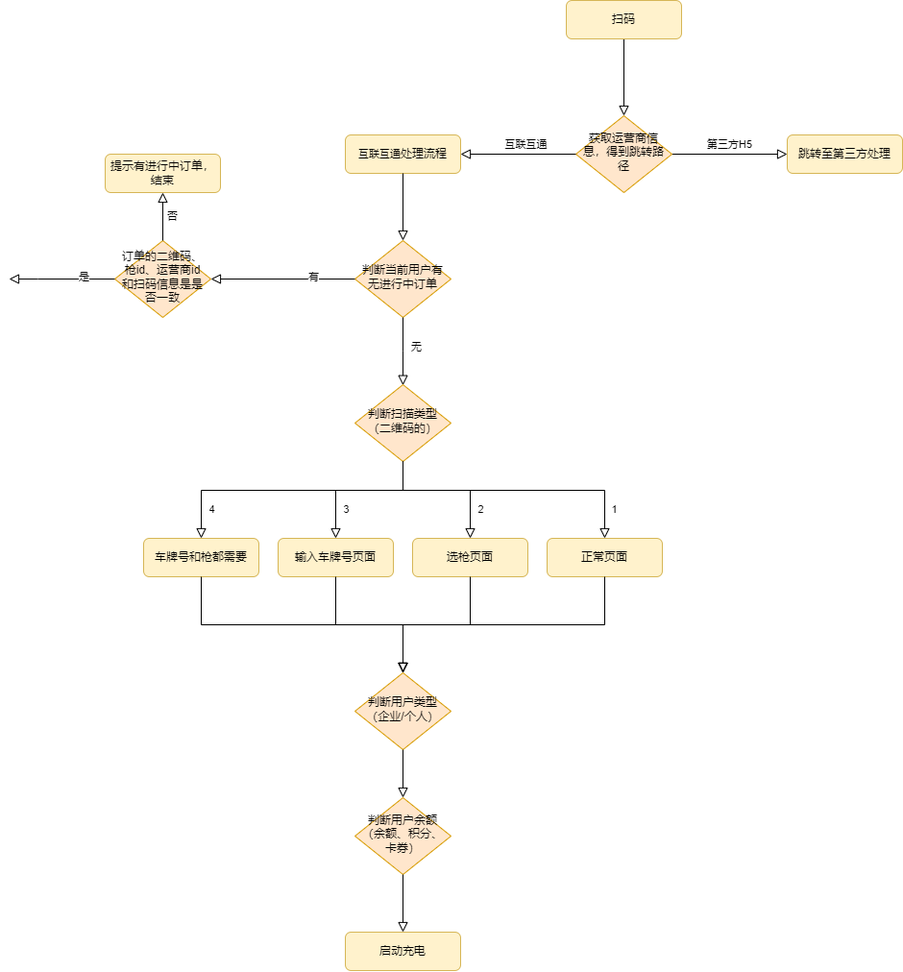
The draw.io diagram png/扫码充电流程.png in ren9901/tourism-j2ee-wx, before a commit. Source tidied: cells renumbered, new cells last; positions are measured from the earlier drawing's top-left corner, leaving out a move shared by most shapes.
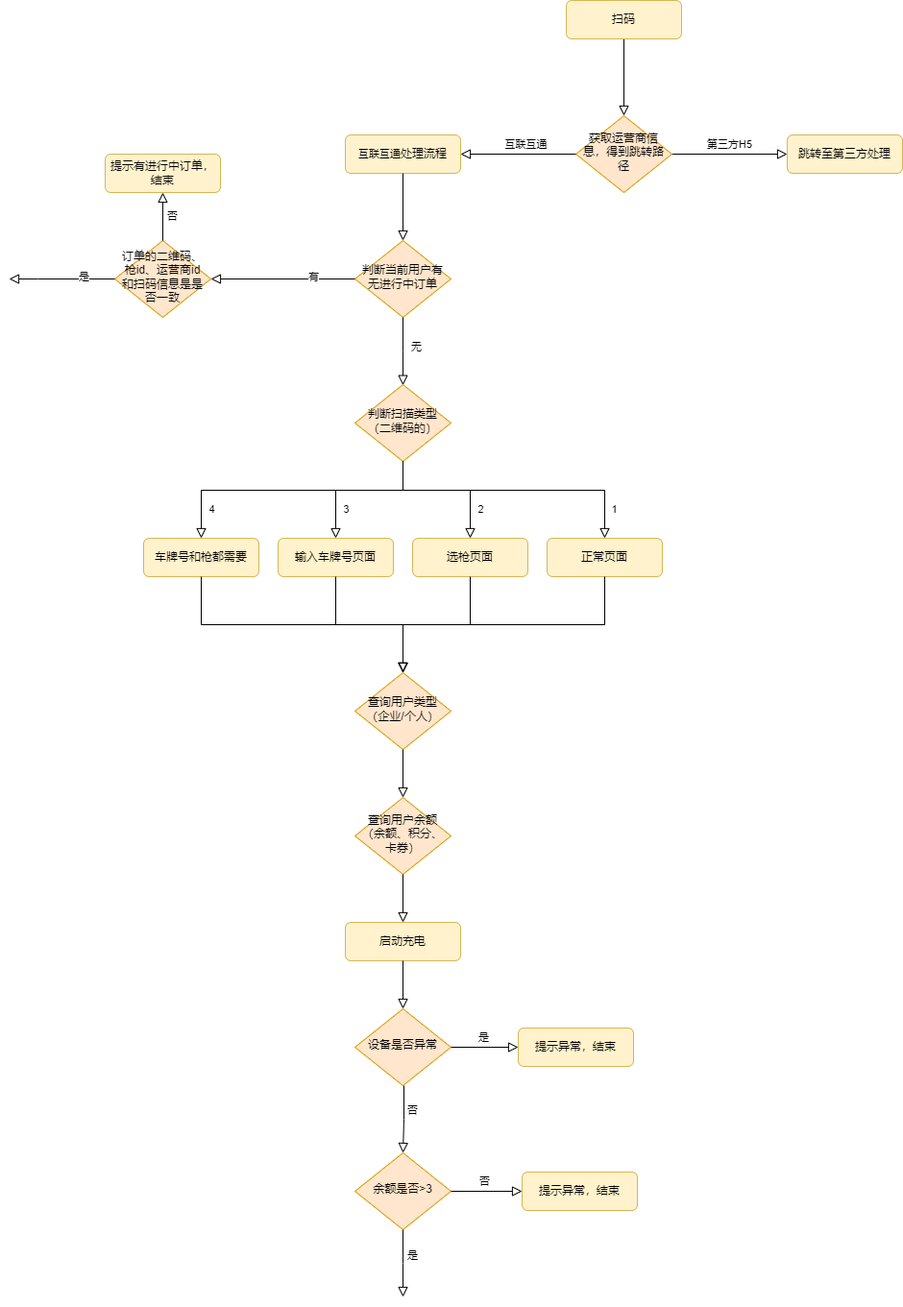
After the commit.

Commit message:
更新扫码充电流程.png

The edit, as a diff of the source:
```diff
@@ -142,7 +142,7 @@
         <mxPoint x="-119" y="16" as="offset" />
       </mxGeometry>
     </mxCell>
-    <mxCell id="34" value="判断用户类型（企业/个人）" style="rhombus;whiteSpace=wrap;html=1;shadow=0;fontFamily=Helvetica;fontSize=12;align=center;strokeWidth=1;spacing=6;spacingTop=-4;fillColor=#ffe6cc;strokeColor=#d79b00;" parent="1" vertex="1">
+    <mxCell id="34" value="查询用户类型（企业/个人）" style="rhombus;whiteSpace=wrap;html=1;shadow=0;fontFamily=Helvetica;fontSize=12;align=center;strokeWidth=1;spacing=6;spacingTop=-4;fillColor=#ffe6cc;strokeColor=#d79b00;" parent="1" vertex="1">
       <mxGeometry x="360" y="700" width="100" height="80" as="geometry" />
     </mxCell>
     <mxCell id="35" style="edgeStyle=orthogonalEdgeStyle;rounded=0;html=1;jettySize=auto;fontSize=11;endArrow=block;endFill=0;endSize=8;strokeWidth=1;shadow=0;labelBackgroundColor=none;exitX=0.5;exitY=1;exitDx=0;exitDy=0;entryX=0.5;entryY=0;entryDx=0;entryDy=0;" parent="1" edge="1" source="29" target="34">
@@ -157,7 +157,7 @@
     <mxCell id="38" style="edgeStyle=orthogonalEdgeStyle;rounded=0;html=1;jettySize=auto;fontSize=11;endArrow=block;endFill=0;endSize=8;strokeWidth=1;shadow=0;labelBackgroundColor=none;exitX=0.5;exitY=1;exitDx=0;exitDy=0;" parent="1" edge="1" source="31" target="34">
       <mxGeometry x="-0.14" y="-10" relative="1" as="geometry" />
     </mxCell>
-    <mxCell id="39" value="判断用户余额（余额、积分、卡券）" style="rhombus;whiteSpace=wrap;html=1;shadow=0;fontFamily=Helvetica;fontSize=12;align=center;strokeWidth=1;spacing=6;spacingTop=-4;fillColor=#ffe6cc;strokeColor=#d79b00;" parent="1" vertex="1">
+    <mxCell id="39" value="查询用户余额（余额、积分、卡券）" style="rhombus;whiteSpace=wrap;html=1;shadow=0;fontFamily=Helvetica;fontSize=12;align=center;strokeWidth=1;spacing=6;spacingTop=-4;fillColor=#ffe6cc;strokeColor=#d79b00;" parent="1" vertex="1">
       <mxGeometry x="360" y="830" width="100" height="80" as="geometry" />
     </mxCell>
     <mxCell id="40" style="edgeStyle=orthogonalEdgeStyle;rounded=0;html=1;jettySize=auto;fontSize=11;endArrow=block;endFill=0;endSize=8;strokeWidth=1;shadow=0;labelBackgroundColor=none;exitX=0.5;exitY=1;exitDx=0;exitDy=0;" parent="1" edge="1" source="34" target="39">
@@ -167,7 +167,56 @@
       <mxGeometry x="-0.14" y="-10" relative="1" as="geometry" />
     </mxCell>
     <mxCell id="42" value="启动充电" style="rounded=1;whiteSpace=wrap;html=1;fontSize=12;glass=0;strokeWidth=1;shadow=0;fillColor=#fff2cc;strokeColor=#d6b656;" parent="1" vertex="1">
-      <mxGeometry x="350" y="970" width="120" height="40" as="geometry" />
+      <mxGeometry x="350" y="960" width="120" height="40" as="geometry" />
     </mxCell>
+    <mxCell id="43" value="设备是否异常" style="rhombus;whiteSpace=wrap;html=1;shadow=0;fontFamily=Helvetica;fontSize=12;align=center;strokeWidth=1;spacing=6;spacingTop=-4;fillColor=#ffe6cc;strokeColor=#d79b00;" parent="1" vertex="1">
+      <mxGeometry x="360" y="1050" width="100" height="80" as="geometry" />
+    </mxCell>
+    <mxCell id="44" style="edgeStyle=orthogonalEdgeStyle;rounded=0;html=1;jettySize=auto;fontSize=11;endArrow=block;endFill=0;endSize=8;strokeWidth=1;shadow=0;labelBackgroundColor=none;exitX=0.5;exitY=1;exitDx=0;exitDy=0;entryX=0.5;entryY=0;entryDx=0;entryDy=0;exitPerimeter=0;" parent="1" edge="1" source="42" target="43">
+      <mxGeometry x="-0.14" y="-10" relative="1" as="geometry" />
+    </mxCell>
+    <mxCell id="45" style="edgeStyle=orthogonalEdgeStyle;rounded=0;html=1;jettySize=auto;fontSize=11;endArrow=block;endFill=0;endSize=8;strokeWidth=1;shadow=0;labelBackgroundColor=none;exitX=1;exitY=0.5;exitDx=0;exitDy=0;entryX=0;entryY=0.5;entryDx=0;entryDy=0;" parent="1" edge="1" source="43" target="49">
+      <mxGeometry x="-0.14" y="-10" relative="1" as="geometry" />
+    </mxCell>
+    <mxCell id="46" value="是" style="edgeLabel;html=1;align=center;verticalAlign=middle;" parent="45" vertex="1">
+      <mxGeometry x="-0.04" y="2" relative="1" as="geometry">
+        <mxPoint y="-8" as="offset" />
+      </mxGeometry>
+    </mxCell>
+    <mxCell id="47" style="edgeStyle=orthogonalEdgeStyle;rounded=0;html=1;jettySize=auto;fontSize=11;endArrow=block;endFill=0;endSize=8;strokeWidth=1;shadow=0;labelBackgroundColor=none;exitX=0.51;exitY=1;exitDx=0;exitDy=0;exitPerimeter=0;entryX=0.5;entryY=0;entryDx=0;entryDy=0;" parent="1" edge="1" source="43" target="50">
+      <mxGeometry x="-0.14" y="-10" relative="1" as="geometry" />
+    </mxCell>
+    <mxCell id="48" value="否" style="edgeLabel;html=1;align=center;verticalAlign=middle;" parent="47" vertex="1">
+      <mxGeometry x="-0.28" y="1" relative="1" as="geometry">
+        <mxPoint x="8" as="offset" />
+      </mxGeometry>
+    </mxCell>
+    <mxCell id="49" value="提示异常，结束" style="rounded=1;whiteSpace=wrap;html=1;fontSize=12;glass=0;strokeWidth=1;shadow=0;fillColor=#fff2cc;strokeColor=#d6b656;" parent="1" vertex="1">
+      <mxGeometry x="530" y="1070" width="120" height="40" as="geometry" />
+    </mxCell>
+    <mxCell id="50" value="余额是否&amp;gt;3" style="rhombus;whiteSpace=wrap;html=1;shadow=0;fontFamily=Helvetica;fontSize=12;align=center;strokeWidth=1;spacing=6;spacingTop=-4;fillColor=#ffe6cc;strokeColor=#d79b00;" parent="1" vertex="1">
+      <mxGeometry x="360" y="1200" width="100" height="80" as="geometry" />
+    </mxCell>
+    <mxCell id="51" style="edgeStyle=orthogonalEdgeStyle;rounded=0;html=1;jettySize=auto;fontSize=11;endArrow=block;endFill=0;endSize=8;strokeWidth=1;shadow=0;labelBackgroundColor=none;exitX=0.5;exitY=1;exitDx=0;exitDy=0;" parent="1" edge="1" source="50">
+      <mxGeometry x="-0.14" y="-10" relative="1" as="geometry">
+        <mxPoint x="410" y="1350" as="targetPoint" />
+      </mxGeometry>
+    </mxCell>
+    <mxCell id="52" value="是" style="edgeLabel;html=1;align=center;verticalAlign=middle;" parent="51" vertex="1">
+      <mxGeometry x="-0.04" y="2" relative="1" as="geometry">
+        <mxPoint x="8" y="-8" as="offset" />
+      </mxGeometry>
+    </mxCell>
+    <mxCell id="53" style="edgeStyle=orthogonalEdgeStyle;rounded=0;html=1;jettySize=auto;fontSize=11;endArrow=block;endFill=0;endSize=8;strokeWidth=1;shadow=0;labelBackgroundColor=none;exitX=1;exitY=0.5;exitDx=0;exitDy=0;entryX=0;entryY=0.5;entryDx=0;entryDy=0;" parent="1" edge="1" source="50" target="55">
+      <mxGeometry x="-0.14" y="-10" relative="1" as="geometry" />
+    </mxCell>
+    <mxCell id="54" value="否" style="edgeLabel;html=1;align=center;verticalAlign=middle;" parent="53" vertex="1">
+      <mxGeometry x="-0.28" y="1" relative="1" as="geometry">
+        <mxPoint x="8" y="-9" as="offset" />
+      </mxGeometry>
+    </mxCell>
+    <mxCell id="55" value="提示异常，结束" style="rounded=1;whiteSpace=wrap;html=1;fontSize=12;glass=0;strokeWidth=1;shadow=0;fillColor=#fff2cc;strokeColor=#d6b656;" parent="1" vertex="1">
+      <mxGeometry x="534" y="1220" width="120" height="40" as="geometry" />
+    </mxCell>
   </root>
 </mxGraphModel>
```
